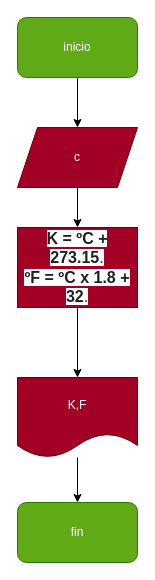
Before: diagrama.drawio in Chalarcanicolas/conversor_temperatura, a draw.io diagram. Source tidied: cells renumbered, new cells numbered last; positions are measured from the earlier drawing's top-left corner, leaving out a move shared by most shapes. Both pictures are drawn from the tidied source at 100%, with x=0, y=0 at pixel (17, 17).
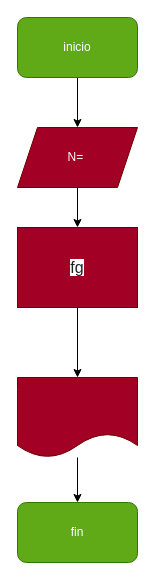
The same diagram, later.

Commit message (it also covers changes not shown here):
Se agrego el diagrama de flujo

The edit, as a diff of the source:
```diff
@@
 <mxGraphModel>
   <root>
     <mxCell id="0" />
     <mxCell id="1" parent="0" />
     <mxCell id="2" style="edgeStyle=none;html=1;" parent="1" edge="1" source="3" target="5">
       <mxGeometry relative="1" as="geometry" />
     </mxCell>
     <mxCell id="3" value="inicio" style="rounded=1;whiteSpace=wrap;html=1;fillColor=#60a917;fontColor=#ffffff;strokeColor=#2D7600;" parent="1" vertex="1">
       <mxGeometry width="120" height="60" as="geometry" />
     </mxCell>
     <mxCell id="4" style="edgeStyle=none;html=1;" parent="1" edge="1" source="5" target="7">
       <mxGeometry relative="1" as="geometry" />
     </mxCell>
-    <mxCell id="5" value="c" style="shape=parallelogram;perimeter=parallelogramPerimeter;whiteSpace=wrap;html=1;fixedSize=1;fillColor=#a20025;fontColor=#ffffff;strokeColor=#6F0000;" parent="1" vertex="1">
+    <mxCell id="5" value="N=&amp;nbsp;" style="shape=parallelogram;perimeter=parallelogramPerimeter;whiteSpace=wrap;html=1;fixedSize=1;fillColor=#a20025;fontColor=#ffffff;strokeColor=#6F0000;" parent="1" vertex="1">
       <mxGeometry y="110" width="120" height="60" as="geometry" />
     </mxCell>
     <mxCell id="6" style="edgeStyle=none;html=1;" parent="1" edge="1" source="7" target="9">
       <mxGeometry relative="1" as="geometry" />
     </mxCell>
-    <mxCell id="7" value="&lt;b style=&quot;color: rgb(32, 33, 36); font-family: arial, sans-serif; font-size: 16px; font-style: normal; font-variant-ligatures: normal; font-variant-caps: normal; letter-spacing: normal; orphans: 2; text-align: start; text-indent: 0px; text-transform: none; widows: 2; word-spacing: 0px; -webkit-text-stroke-width: 0px; background-color: rgb(255, 255, 255); text-decoration-thickness: initial; text-decoration-style: initial; text-decoration-color: initial;&quot;&gt;K = ºC + 273.15&lt;/b&gt;&lt;span style=&quot;color: rgb(32, 33, 36); font-family: arial, sans-serif; font-size: 16px; font-style: normal; font-variant-ligatures: normal; font-variant-caps: normal; font-weight: 400; letter-spacing: normal; orphans: 2; text-align: start; text-indent: 0px; text-transform: none; widows: 2; word-spacing: 0px; -webkit-text-stroke-width: 0px; background-color: rgb(255, 255, 255); text-decoration-thickness: initial; text-decoration-style: initial; text-decoration-color: initial; float: none; display: inline !important;&quot;&gt;.&lt;br&gt;&lt;b&gt;ºF = ºC x 1.8 + 32&lt;/b&gt;.&lt;br&gt;&lt;/span&gt;" style="rounded=0;whiteSpace=wrap;html=1;fillColor=#a20025;fontColor=#ffffff;strokeColor=#6F0000;" parent="1" vertex="1">
+    <mxCell id="7" value="&lt;span style=&quot;color: rgb(32, 33, 36); font-family: arial, sans-serif; font-size: 16px; font-style: normal; font-variant-ligatures: normal; font-variant-caps: normal; font-weight: 400; letter-spacing: normal; orphans: 2; text-align: start; text-indent: 0px; text-transform: none; widows: 2; word-spacing: 0px; -webkit-text-stroke-width: 0px; background-color: rgb(255, 255, 255); text-decoration-thickness: initial; text-decoration-style: initial; text-decoration-color: initial; float: none; display: inline !important;&quot;&gt;fg&lt;br&gt;&lt;/span&gt;" style="rounded=0;whiteSpace=wrap;html=1;fillColor=#a20025;fontColor=#ffffff;strokeColor=#6F0000;" parent="1" vertex="1">
       <mxGeometry y="210" width="120" height="80" as="geometry" />
     </mxCell>
     <mxCell id="8" style="edgeStyle=none;html=1;" parent="1" edge="1" source="9" target="10">
       <mxGeometry relative="1" as="geometry" />
     </mxCell>
-    <mxCell id="9" value="K,F" style="shape=document;whiteSpace=wrap;html=1;boundedLbl=1;fillColor=#a20025;fontColor=#ffffff;strokeColor=#6F0000;" parent="1" vertex="1">
+    <mxCell id="9" style="shape=document;whiteSpace=wrap;html=1;boundedLbl=1;fillColor=#a20025;fontColor=#ffffff;strokeColor=#6F0000;" parent="1" vertex="1">
       <mxGeometry y="360" width="120" height="80" as="geometry" />
     </mxCell>
     <mxCell id="10" value="fin" style="rounded=1;whiteSpace=wrap;html=1;fillColor=#60a917;fontColor=#ffffff;strokeColor=#2D7600;" parent="1" vertex="1">
       <mxGeometry y="485" width="120" height="60" as="geometry" />
     </mxCell>
   </root>
 </mxGraphModel>
```
